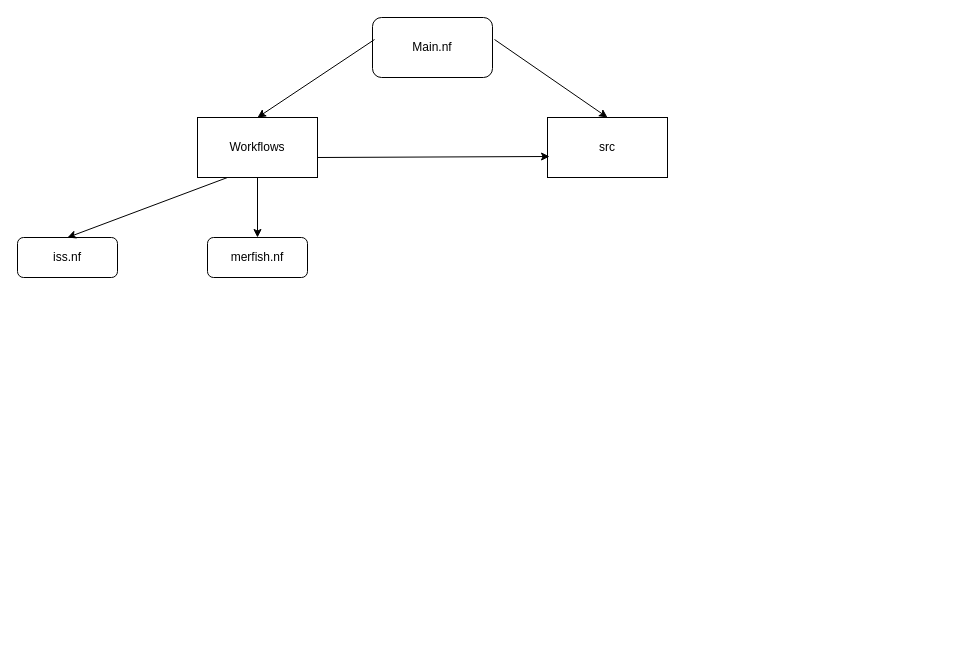
The draw.io diagram assets/pipeline_architecture.drawio in sifrimlab/ST-nextflow-pipeline, before the edit. Source tidied: cells renumbered, new cells numbered last; positions are measured from the earlier drawing's top-left corner, leaving out a move shared by most shapes. Both pictures are drawn from the tidied source at 100%, with x=0, y=0 at pixel (17, 17).
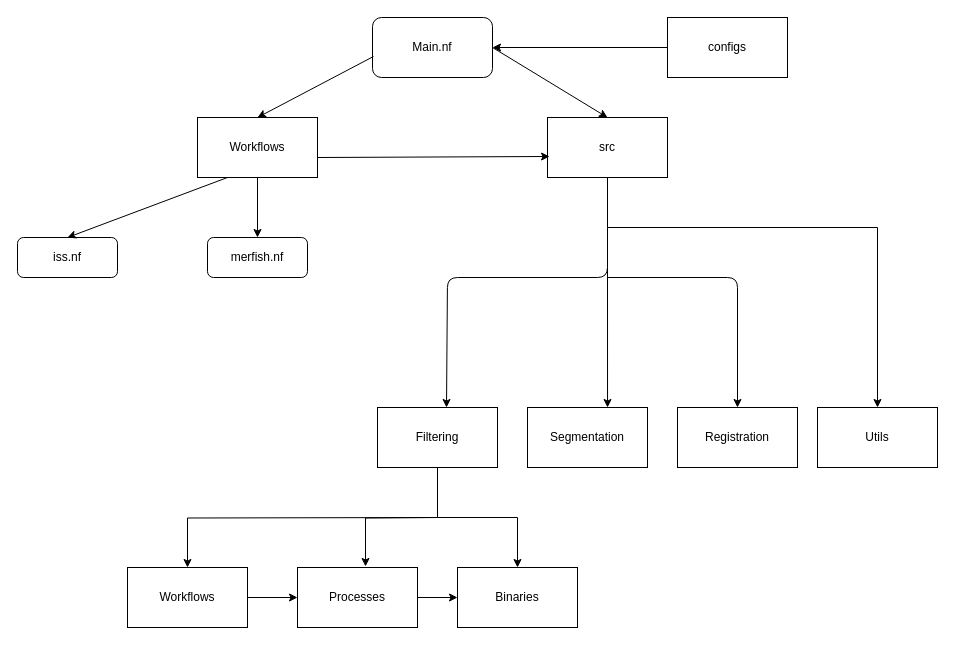
After the change.

Unchanged cells that the change refers to:
```xml
<mxCell id="3" value="Workflows" style="rounded=0;whiteSpace=wrap;html=1;" parent="1" vertex="1">
  <mxGeometry x="180" y="100" width="120" height="60" as="geometry" />
</mxCell>
<mxCell id="4" value="src" style="rounded=0;whiteSpace=wrap;html=1;" parent="1" vertex="1">
  <mxGeometry x="530" y="100" width="120" height="60" as="geometry" />
</mxCell>
<mxCell id="5" value="Main.nf" style="rounded=1;whiteSpace=wrap;html=1;" parent="1" vertex="1">
  <mxGeometry x="355" width="120" height="60" as="geometry" />
</mxCell>
```

The edit, as a diff of the source:
```diff
@@
+    <mxCell id="12" style="edgeStyle=orthogonalEdgeStyle;rounded=0;jettySize=auto;html=1;" parent="1" edge="1" source="4" target="13">
+      <mxGeometry relative="1" as="geometry">
+        <Array as="points">
+          <mxPoint x="590" y="210" />
+          <mxPoint x="860" y="210" />
+        </Array>
+      </mxGeometry>
+    </mxCell>
@@
-    <mxCell id="9" style="endArrow=classic;html=1;entryX=0.5;entryY=0;entryDx=0;entryDy=0;exitX=0.017;exitY=0.367;exitDx=0;exitDy=0;exitPerimeter=0;" parent="1" edge="1" source="5" target="3">
+    <mxCell id="9" style="endArrow=classic;html=1;entryX=0.5;entryY=0;entryDx=0;entryDy=0;exitX=0.008;exitY=0.65;exitDx=0;exitDy=0;exitPerimeter=0;" parent="1" edge="1" source="5" target="3">
       <mxGeometry relative="1" as="geometry" />
     </mxCell>
-    <mxCell id="10" style="endArrow=classic;html=1;entryX=0.5;entryY=0;entryDx=0;entryDy=0;exitX=0.017;exitY=0.367;exitDx=0;exitDy=0;exitPerimeter=0;" parent="1" edge="1" target="4">
-      <mxGeometry relative="1" as="geometry">
-        <mxPoint x="477" y="22" as="sourcePoint" />
-      </mxGeometry>
+    <mxCell id="10" style="endArrow=classic;html=1;entryX=0.5;entryY=0;entryDx=0;entryDy=0;exitX=1;exitY=0.5;exitDx=0;exitDy=0;" parent="1" edge="1" source="5" target="4">
+      <mxGeometry relative="1" as="geometry" />
     </mxCell>
@@
+    <mxCell id="13" value="Utils" style="rounded=0;whiteSpace=wrap;html=1;" parent="1" vertex="1">
+      <mxGeometry x="800" y="390" width="120" height="60" as="geometry" />
+    </mxCell>
+    <mxCell id="14" value="Segmentation" style="rounded=0;whiteSpace=wrap;html=1;" parent="1" vertex="1">
+      <mxGeometry x="510" y="390" width="120" height="60" as="geometry" />
+    </mxCell>
+    <mxCell id="15" style="edgeStyle=orthogonalEdgeStyle;rounded=0;jettySize=auto;html=1;" parent="1" edge="1" source="16" target="21">
+      <mxGeometry relative="1" as="geometry" />
+    </mxCell>
+    <mxCell id="16" value="Filtering" style="rounded=0;whiteSpace=wrap;html=1;" parent="1" vertex="1">
+      <mxGeometry x="360" y="390" width="120" height="60" as="geometry" />
+    </mxCell>
+    <mxCell id="17" value="Registration" style="rounded=0;whiteSpace=wrap;html=1;" parent="1" vertex="1">
+      <mxGeometry x="660" y="390" width="120" height="60" as="geometry" />
+    </mxCell>
+    <mxCell id="18" style="endArrow=classic;html=1;entryX=0.575;entryY=0;entryDx=0;entryDy=0;entryPerimeter=0;" parent="1" edge="1" target="16">
+      <mxGeometry relative="1" as="geometry">
+        <mxPoint x="590" y="210" as="sourcePoint" />
+        <Array as="points">
+          <mxPoint x="590" y="260" />
+          <mxPoint x="430" y="260" />
+        </Array>
+      </mxGeometry>
+    </mxCell>
+    <mxCell id="19" style="endArrow=classic;html=1;entryX=0.667;entryY=0;entryDx=0;entryDy=0;entryPerimeter=0;" parent="1" edge="1" target="14">
+      <mxGeometry relative="1" as="geometry">
+        <mxPoint x="590" y="250" as="sourcePoint" />
+      </mxGeometry>
+    </mxCell>
+    <mxCell id="20" style="endArrow=classic;html=1;entryX=0.5;entryY=0;entryDx=0;entryDy=0;" parent="1" edge="1" target="17">
+      <mxGeometry relative="1" as="geometry">
+        <mxPoint x="590" y="260" as="sourcePoint" />
+        <Array as="points">
+          <mxPoint x="720" y="260" />
+        </Array>
+      </mxGeometry>
+    </mxCell>
+    <mxCell id="21" value="Binaries" style="rounded=0;whiteSpace=wrap;html=1;" parent="1" vertex="1">
+      <mxGeometry x="440" y="550" width="120" height="60" as="geometry" />
+    </mxCell>
+    <mxCell id="22" style="edgeStyle=orthogonalEdgeStyle;rounded=0;jettySize=auto;html=1;" parent="1" edge="1" source="23" target="25">
+      <mxGeometry relative="1" as="geometry" />
+    </mxCell>
+    <mxCell id="23" value="Workflows" style="rounded=0;whiteSpace=wrap;html=1;" parent="1" vertex="1">
+      <mxGeometry x="110" y="550" width="120" height="60" as="geometry" />
+    </mxCell>
+    <mxCell id="24" style="edgeStyle=orthogonalEdgeStyle;rounded=0;jettySize=auto;html=1;" parent="1" edge="1" source="25" target="21">
+      <mxGeometry relative="1" as="geometry" />
+    </mxCell>
+    <mxCell id="25" value="Processes" style="whiteSpace=wrap;html=1;rounded=0;" parent="1" vertex="1">
+      <mxGeometry x="280" y="550" width="120" height="60" as="geometry" />
+    </mxCell>
+    <mxCell id="26" style="edgeStyle=orthogonalEdgeStyle;rounded=0;jettySize=auto;html=1;entryX=0.5;entryY=0;entryDx=0;entryDy=0;" parent="1" edge="1" target="23">
+      <mxGeometry relative="1" as="geometry">
+        <mxPoint x="420" y="500" as="sourcePoint" />
+      </mxGeometry>
+    </mxCell>
+    <mxCell id="27" style="edgeStyle=orthogonalEdgeStyle;rounded=0;jettySize=auto;html=1;entryX=0.567;entryY=-0.017;entryDx=0;entryDy=0;entryPerimeter=0;" parent="1" edge="1" target="25">
+      <mxGeometry relative="1" as="geometry">
+        <mxPoint x="420" y="500" as="sourcePoint" />
+      </mxGeometry>
+    </mxCell>
+    <mxCell id="28" style="edgeStyle=orthogonalEdgeStyle;rounded=0;jettySize=auto;html=1;" parent="1" edge="1" source="29" target="5">
+      <mxGeometry relative="1" as="geometry" />
+    </mxCell>
+    <mxCell id="29" value="configs" style="rounded=0;whiteSpace=wrap;html=1;" parent="1" vertex="1">
+      <mxGeometry x="650" width="120" height="60" as="geometry" />
+    </mxCell>
```
